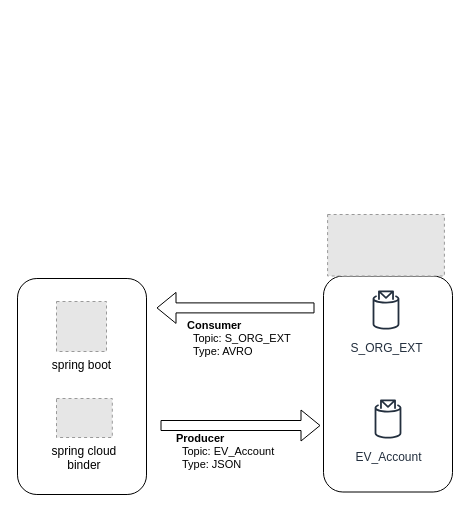
The draw.io diagram springcloud-kafka.drawio in leodwx/diagrams, before the edit. Source tidied: cells renumbered, new cells numbered last; positions are measured from the earlier drawing's top-left corner, leaving out a move shared by most shapes. Both pictures are drawn from the tidied source at 100%, with x=0, y=0 at pixel (17, 214). Pictures stored in the file or linked from it are replaced by grey dashed boxes.
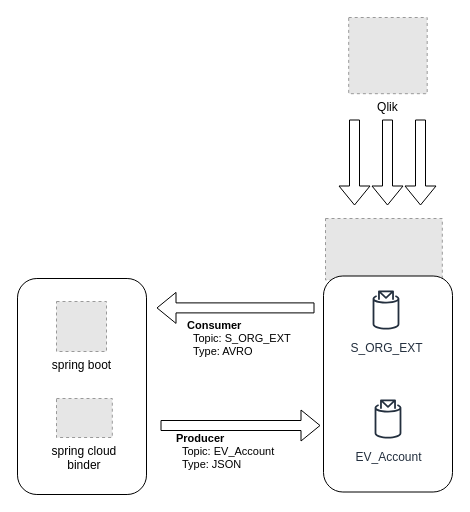
The same page after the edit.

Diff of the diagram source:
```diff
@@
+    <mxCell id="6" style="fillColor=#E6E6E6;strokeColor=#999999;dashed=1;verticalLabelPosition=bottom;labelBackgroundColor=default;verticalAlign=top;" parent="1" vertex="1">
+      <mxGeometry x="308" y="4" width="116.8" height="61.5" as="geometry" />
+    </mxCell>
@@
-    <mxCell id="6" style="fillColor=#E6E6E6;strokeColor=#999999;dashed=1;verticalLabelPosition=bottom;labelBackgroundColor=default;verticalAlign=top;" parent="1" vertex="1">
-      <mxGeometry x="310.1" width="116.8" height="61.5" as="geometry" />
-    </mxCell>
@@
+    <mxCell id="13" value="Qlik" style="fillColor=#E6E6E6;strokeColor=#999999;dashed=1;verticalLabelPosition=bottom;labelBackgroundColor=default;verticalAlign=top;" parent="1" vertex="1">
+      <mxGeometry x="331.2" y="-197" width="78.5" height="76.2" as="geometry" />
+    </mxCell>
+    <mxCell id="14" style="shape=flexArrow;endArrow=classic;html=1;rounded=0;entryX=0.197;entryY=-0.081;entryDx=0;entryDy=0;entryPerimeter=0;" parent="1" edge="1">
+      <mxGeometry relative="1" as="geometry">
+        <mxPoint x="337" y="-95" as="sourcePoint" />
+        <mxPoint x="337" y="-9" as="targetPoint" />
+      </mxGeometry>
+    </mxCell>
+    <mxCell id="15" style="shape=flexArrow;endArrow=classic;html=1;rounded=0;entryX=0.197;entryY=-0.081;entryDx=0;entryDy=0;entryPerimeter=0;" parent="1" edge="1">
+      <mxGeometry relative="1" as="geometry">
+        <mxPoint x="370" y="-95" as="sourcePoint" />
+        <mxPoint x="370" y="-9" as="targetPoint" />
+      </mxGeometry>
+    </mxCell>
+    <mxCell id="16" style="shape=flexArrow;endArrow=classic;html=1;rounded=0;entryX=0.197;entryY=-0.081;entryDx=0;entryDy=0;entryPerimeter=0;" parent="1" edge="1">
+      <mxGeometry relative="1" as="geometry">
+        <mxPoint x="403" y="-95" as="sourcePoint" />
+        <mxPoint x="403" y="-9" as="targetPoint" />
+      </mxGeometry>
+    </mxCell>
```
